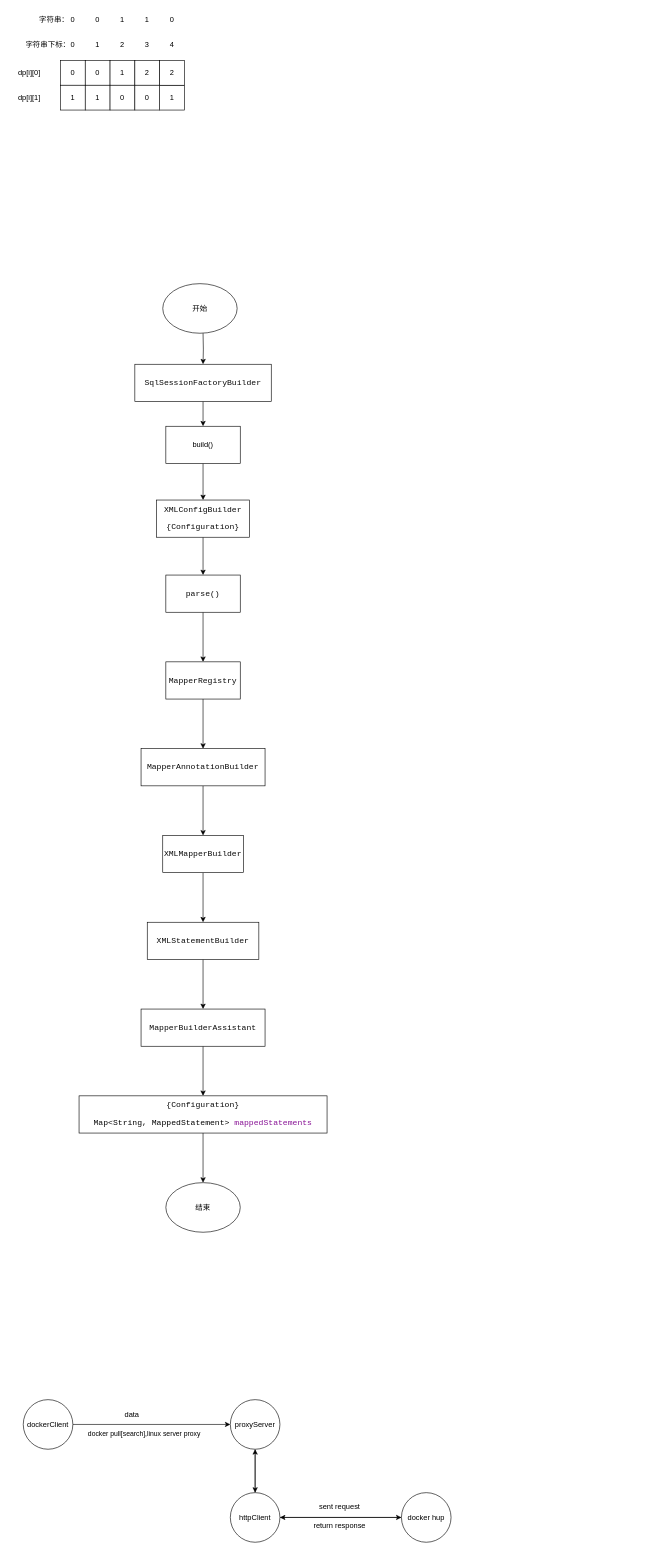
QjMITU/drawio keeps this draw.io diagram as 日常.drawio. Above is the earlier version. Source tidied: cells renumbered, new cells numbered last; positions are measured from the earlier drawing's top-left corner, leaving out a move shared by most shapes. Both pictures are drawn from the tidied source at 62%, with x=0, y=0 at pixel (11, 11).
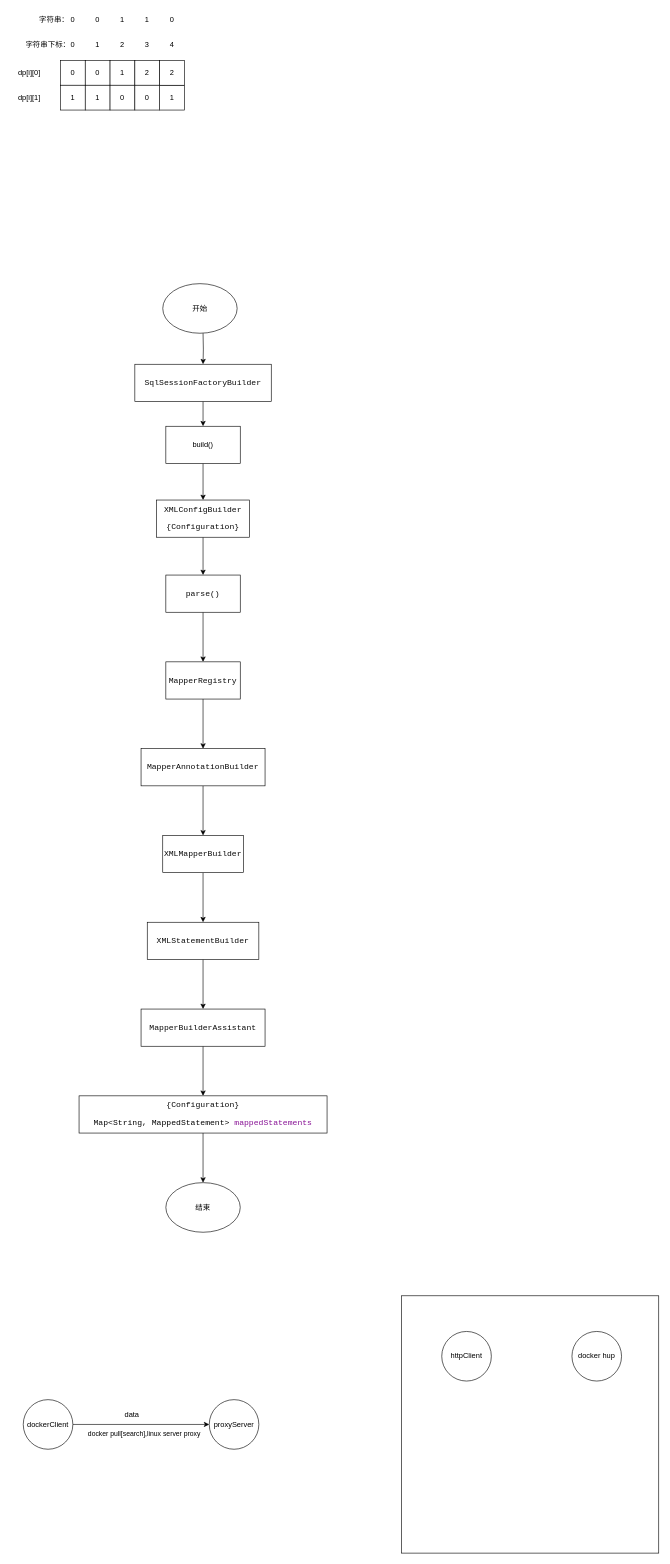
After the change.

Diff of the diagram source:
```diff
@@
+    <mxCell id="62" style="whiteSpace=wrap;html=1;" parent="1" vertex="1">
+      <mxGeometry x="630" y="2072.5" width="415" height="415" as="geometry" />
+    </mxCell>
@@
-    <mxCell id="49" style="edgeStyle=orthogonalEdgeStyle;rounded=0;jettySize=auto;html=1;exitX=0.5;exitY=1;exitDx=0;exitDy=0;" parent="1" edge="1" source="50" target="55">
-      <mxGeometry relative="1" as="geometry" />
-    </mxCell>
     <mxCell id="50" value="proxyServer" style="ellipse;whiteSpace=wrap;html=1;" parent="1" vertex="1">
-      <mxGeometry x="354" y="2240" width="80" height="80" as="geometry" />
+      <mxGeometry x="320" y="2240" width="80" height="80" as="geometry" />
     </mxCell>
@@
-    <mxCell id="53" style="edgeStyle=orthogonalEdgeStyle;rounded=0;jettySize=auto;html=1;exitX=1;exitY=0.5;exitDx=0;exitDy=0;" parent="1" edge="1" source="55" target="57">
-      <mxGeometry relative="1" as="geometry" />
-    </mxCell>
-    <mxCell id="54" style="edgeStyle=orthogonalEdgeStyle;rounded=0;jettySize=auto;html=1;exitX=0.5;exitY=0;exitDx=0;exitDy=0;entryX=0.5;entryY=1;entryDx=0;entryDy=0;" parent="1" edge="1" source="55" target="50">
-      <mxGeometry relative="1" as="geometry" />
-    </mxCell>
     <mxCell id="55" value="httpClient" style="ellipse;whiteSpace=wrap;html=1;" parent="1" vertex="1">
-      <mxGeometry x="354" y="2390" width="80" height="80" as="geometry" />
+      <mxGeometry x="695" y="2130" width="80" height="80" as="geometry" />
     </mxCell>
-    <mxCell id="56" style="edgeStyle=orthogonalEdgeStyle;rounded=0;jettySize=auto;html=1;exitX=0;exitY=0.5;exitDx=0;exitDy=0;entryX=1;entryY=0.5;entryDx=0;entryDy=0;" parent="1" edge="1" source="57" target="55">
-      <mxGeometry relative="1" as="geometry" />
-    </mxCell>
     <mxCell id="57" value="docker hup" style="ellipse;whiteSpace=wrap;html=1;" parent="1" vertex="1">
-      <mxGeometry x="630" y="2390" width="80" height="80" as="geometry" />
+      <mxGeometry x="905" y="2130" width="80" height="80" as="geometry" />
     </mxCell>
-    <mxCell id="58" value="sent request" style="text;html=1;align=center;verticalAlign=middle;strokeColor=none;fillColor=none;" parent="1" vertex="1">
-      <mxGeometry x="485" y="2398" width="90" height="30" as="geometry" />
-    </mxCell>
-    <mxCell id="59" value="return response" style="text;html=1;align=center;verticalAlign=middle;strokeColor=none;fillColor=none;" parent="1" vertex="1">
-      <mxGeometry x="475" y="2428" width="110" height="30" as="geometry" />
-    </mxCell>
```
